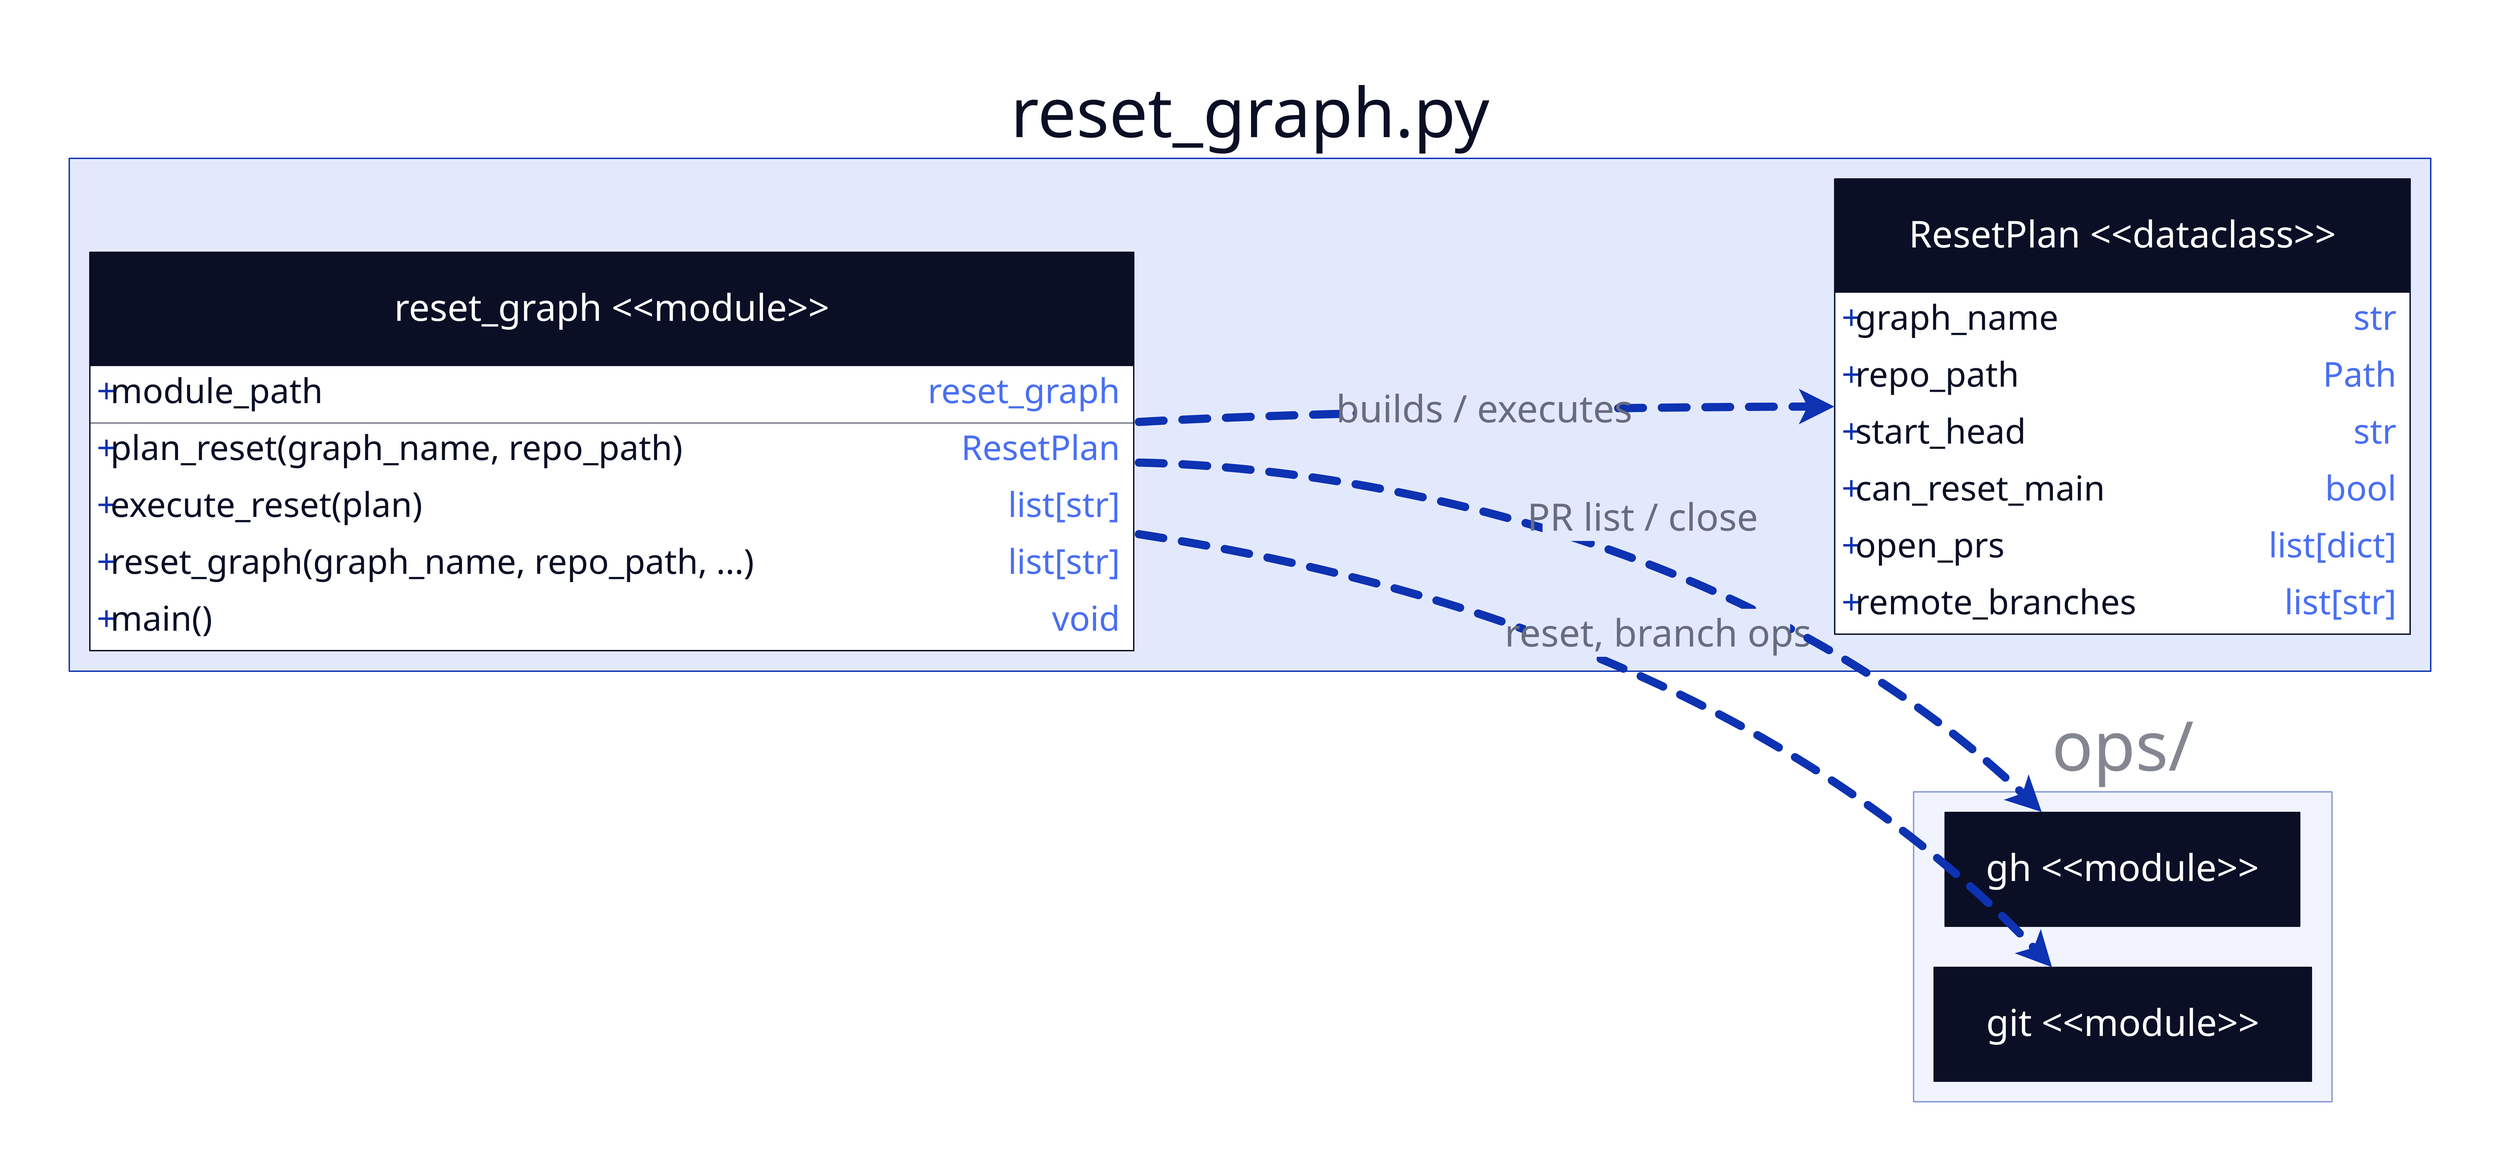
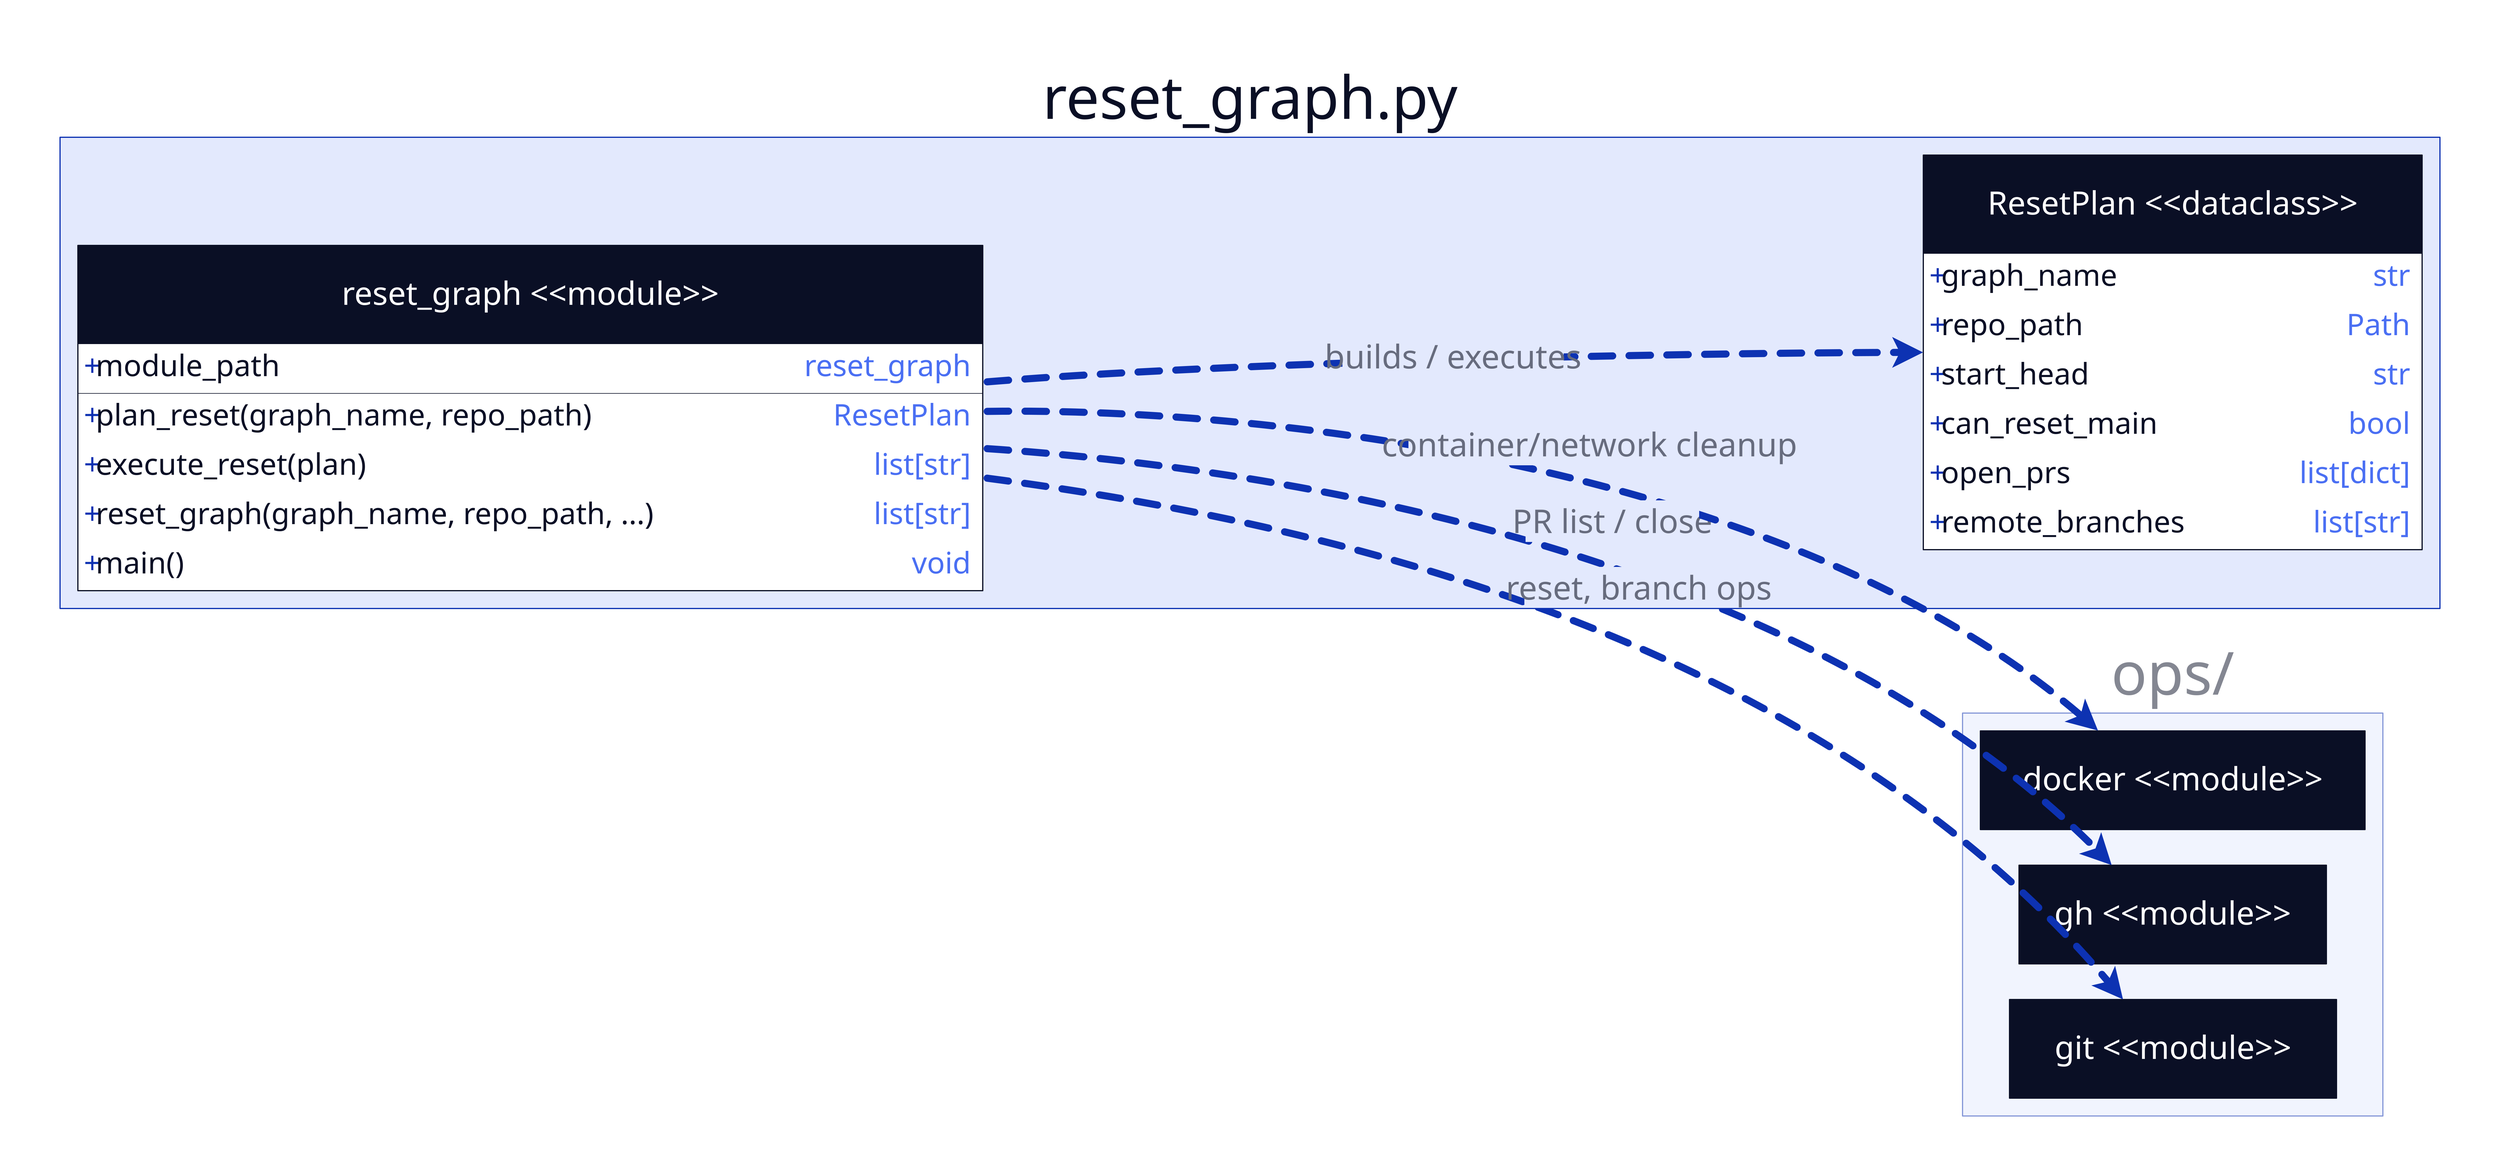
direction: right
**.style.font-size: 50
*.style.font-size: 100

classes: {
  composition: {
    # NOTE: source-arrowhead.shape: diamond doesn't propagate via classes (D2 limitation)
    style.stroke: "#333333"
    style.stroke-width: 12
    style.font-size: 55
  }
  dependency: {
    target-arrowhead: {
      shape: arrow
      style.filled: false
    }
    style.stroke-dash: 3
    style.stroke-width: 12
    style.font-size: 55
  }
  inheritance: {
    target-arrowhead: {
      shape: triangle
      style.filled: false
    }
    style.stroke: "#333333"
    style.stroke-width: 12
    style.font-size: 55
  }
  implementation: {
    target-arrowhead: {
      shape: triangle
      style.filled: false
    }
    style.stroke-dash: 3
    style.stroke-width: 12
    style.font-size: 55
  }
}

# ─────────────────────────────────────────────
#  reset_graph.py — graph reset tool
# ─────────────────────────────────────────────
reset_graph_py: "reset_graph.py" {
  ResetPlan: "ResetPlan <<dataclass>>" {
    shape: class
    graph_name: str
    repo_path: Path
    start_head: str
    can_reset_main: bool
    open_prs: "list[dict]"
    remote_branches: "list[str]"
  }

  reset_graph_functions: "reset_graph <<module>>" {
    shape: class
    module_path: reset_graph
    "+plan_reset(graph_name, repo_path)": ResetPlan
    "+execute_reset(plan)": "list[str]"
    "+reset_graph(graph_name, repo_path, ...)": "list[str]"
    "+main()": void
  }
}


# ─── External dependencies ───

ops_pkg: "ops/" {
  style.opacity: 0.5
+   docker: "docker <<module>>" { shape: class }
  gh: "gh <<module>>" { shape: class }
  git: "git <<module>>" { shape: class }
}


# ─── Relationships ───

reset_graph_py.reset_graph_functions -> reset_graph_py.ResetPlan: "builds / executes" { class: dependency }
reset_graph_py.reset_graph_functions -> ops_pkg.git: "reset, branch ops" { class: dependency }
reset_graph_py.reset_graph_functions -> ops_pkg.gh: "PR list / close" { class: dependency }
+ reset_graph_py.reset_graph_functions -> ops_pkg.docker: "container/network cleanup" { class: dependency }
